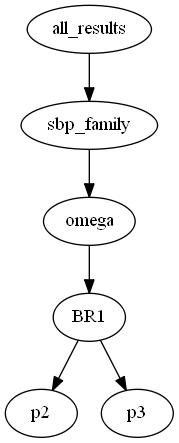
Above: visual/all_results_2d.dot.png in zolargwrk/PySBP (Graphviz), before the change. Its source is kept beside it as visual/all_results_2d.dot.
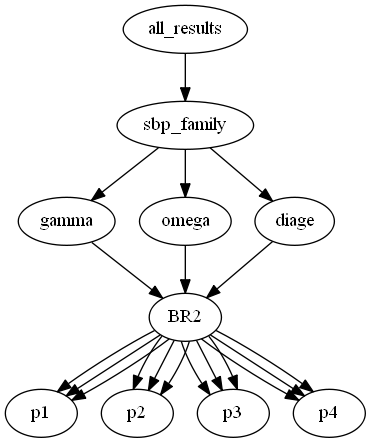
The same file after the commit.

The edit, as a diff of the source:
```diff
@@ -1,13 +1,41 @@
 digraph tree {
     "all_results";
     "sbp_family";
-    "omega";
-    "BR1";
+    "gamma";
+    "BR2";
+    "p1";
     "p2";
     "p3";
+    "p4";
+    "omega";
+    "BR2";
+    "p1";
+    "p2";
+    "p3";
+    "p4";
+    "diage";
+    "BR2";
+    "p1";
+    "p2";
+    "p3";
+    "p4";
     "all_results" -> "sbp_family";
+    "sbp_family" -> "gamma";
     "sbp_family" -> "omega";
-    "omega" -> "BR1";
-    "BR1" -> "p2";
-    "BR1" -> "p3";
+    "sbp_family" -> "diage";
+    "gamma" -> "BR2";
+    "BR2" -> "p1";
+    "BR2" -> "p2";
+    "BR2" -> "p3";
+    "BR2" -> "p4";
+    "omega" -> "BR2";
+    "BR2" -> "p1";
+    "BR2" -> "p2";
+    "BR2" -> "p3";
+    "BR2" -> "p4";
+    "diage" -> "BR2";
+    "BR2" -> "p1";
+    "BR2" -> "p2";
+    "BR2" -> "p3";
+    "BR2" -> "p4";
 }
```
